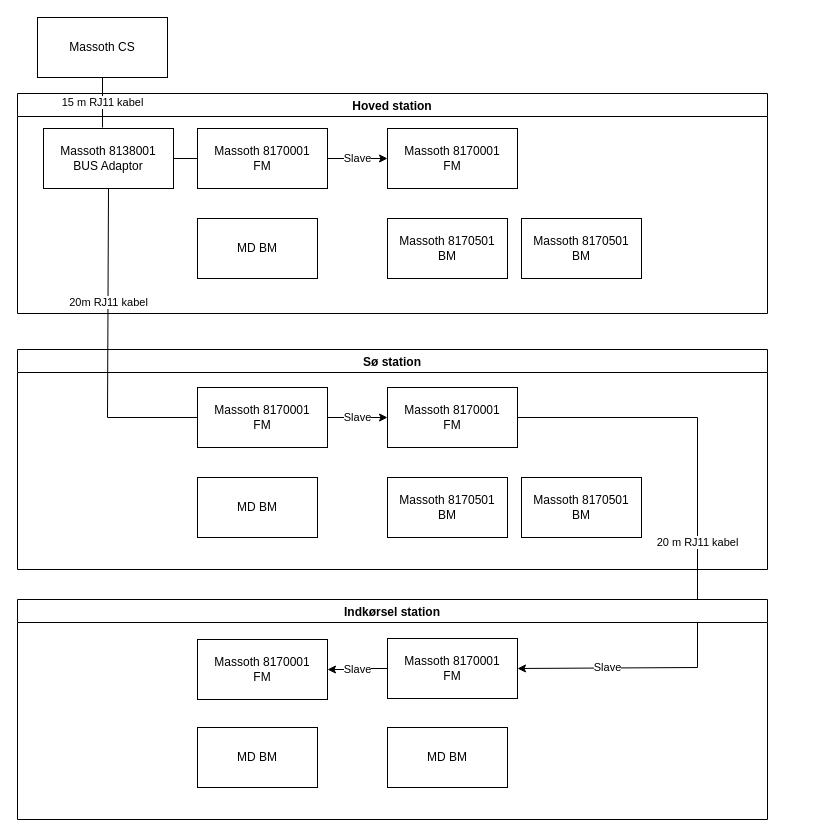
Earlier version of the draw.io diagram massoth_feedback_layout.drawio (MaxWinther/rocrail). Source tidied: cells renumbered, new cells numbered last; positions are measured from the earlier drawing's top-left corner, leaving out a move shared by most shapes. Both pictures are drawn from the tidied source at 100%, with x=0, y=0 at pixel (17, 17).
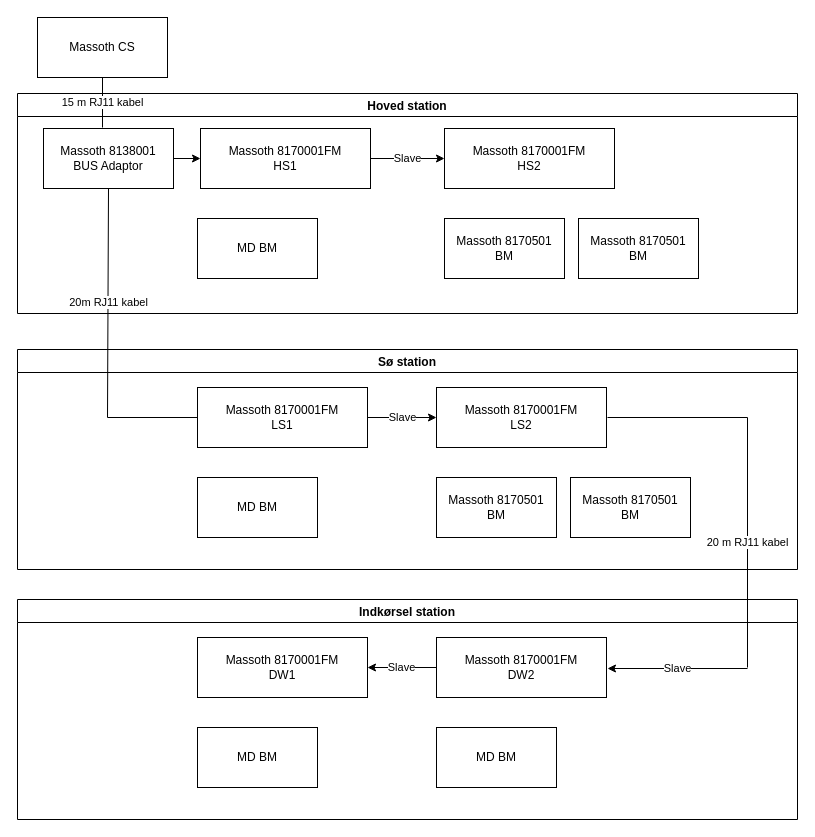
After the change.

Unchanged cells that the change refers to:
```xml
<mxCell id="4" value="Massoth 8138001&lt;br&gt;BUS Adaptor" style="rounded=0;whiteSpace=wrap;html=1;" parent="1" vertex="1">
  <mxGeometry x="26" y="111" width="130" height="60" as="geometry" />
</mxCell>
```

Change to the diagram source:
```diff
@@
-    <mxCell id="2" value="Slave" style="edgeStyle=orthogonalEdgeStyle;rounded=0;jettySize=auto;html=1;exitX=1;exitY=0.5;exitDx=0;exitDy=0;" parent="1" edge="1" source="3" target="9">
-      <mxGeometry relative="1" as="geometry" />
-    </mxCell>
-    <mxCell id="3" value="Massoth 8170001&lt;br&gt;FM" style="rounded=0;whiteSpace=wrap;html=1;" parent="1" vertex="1">
-      <mxGeometry x="180" y="111" width="130" height="60" as="geometry" />
-    </mxCell>
+    <mxCell id="24" value="Indkørsel station" style="swimlane;" parent="1" vertex="1">
+      <mxGeometry y="582" width="780" height="220" as="geometry" />
+    </mxCell>
+    <mxCell id="26" value="MD BM" style="rounded=0;whiteSpace=wrap;html=1;" parent="24" vertex="1">
+      <mxGeometry x="180" y="128" width="120" height="60" as="geometry" />
+    </mxCell>
+    <mxCell id="27" value="MD BM" style="rounded=0;whiteSpace=wrap;html=1;" parent="24" vertex="1">
+      <mxGeometry x="419" y="128" width="120" height="60" as="geometry" />
+    </mxCell>
+    <mxCell id="32" value="Massoth 8170001FM&lt;br&gt;DW2" style="rounded=0;whiteSpace=wrap;html=1;" parent="24" vertex="1">
+      <mxGeometry x="419" y="38" width="170" height="60" as="geometry" />
+    </mxCell>
+    <mxCell id="33" value="Massoth 8170001FM&lt;br&gt;DW1" style="rounded=0;whiteSpace=wrap;html=1;" parent="24" vertex="1">
+      <mxGeometry x="180" y="38" width="170" height="60" as="geometry" />
+    </mxCell>
+    <mxCell id="21" value="Slave" style="edgeStyle=orthogonalEdgeStyle;rounded=0;jettySize=auto;html=1;exitX=0;exitY=0.5;exitDx=0;exitDy=0;entryX=1;entryY=0.5;entryDx=0;entryDy=0;" parent="24" edge="1" source="32" target="33">
+      <mxGeometry relative="1" as="geometry" />
+    </mxCell>
+    <mxCell id="34" style="edgeStyle=orthogonalEdgeStyle;rounded=0;jettySize=auto;html=1;" parent="1" edge="1" source="4" target="35">
+      <mxGeometry relative="1" as="geometry" />
+    </mxCell>
@@
-    <mxCell id="5" style="endArrow=none;html=1;rounded=0;entryX=1;entryY=0.5;entryDx=0;entryDy=0;exitX=0;exitY=0.5;exitDx=0;exitDy=0;" parent="1" edge="1" source="3" target="4">
-      <mxGeometry relative="1" as="geometry" />
+    <mxCell id="5" style="endArrow=none;html=1;rounded=0;entryX=1;entryY=0.5;entryDx=0;entryDy=0;exitX=0;exitY=0.5;exitDx=0;exitDy=0;" parent="1" edge="1" target="4">
+      <mxGeometry relative="1" as="geometry">
+        <mxPoint x="180" y="141" as="sourcePoint" />
+      </mxGeometry>
     </mxCell>
     <mxCell id="6" value="Hoved station" style="swimlane;" parent="1" vertex="1">
-      <mxGeometry y="76" width="750" height="220" as="geometry" />
+      <mxGeometry y="76" width="780" height="220" as="geometry" />
     </mxCell>
@@
-    <mxCell id="9" value="Massoth 8170001&lt;br&gt;FM" style="rounded=0;whiteSpace=wrap;html=1;" parent="6" vertex="1">
-      <mxGeometry x="370" y="35" width="130" height="60" as="geometry" />
+    <mxCell id="9" value="Massoth 8170001FM&lt;br&gt;HS2" style="rounded=0;whiteSpace=wrap;html=1;" parent="6" vertex="1">
+      <mxGeometry x="427" y="35" width="170" height="60" as="geometry" />
     </mxCell>
     <mxCell id="10" value="Massoth 8170501&lt;br&gt;BM" style="rounded=0;whiteSpace=wrap;html=1;" parent="6" vertex="1">
-      <mxGeometry x="370" y="125" width="120" height="60" as="geometry" />
+      <mxGeometry x="427" y="125" width="120" height="60" as="geometry" />
     </mxCell>
     <mxCell id="11" value="Massoth 8170501&lt;br&gt;BM" style="rounded=0;whiteSpace=wrap;html=1;" parent="6" vertex="1">
-      <mxGeometry x="504" y="125" width="120" height="60" as="geometry" />
+      <mxGeometry x="561" y="125" width="120" height="60" as="geometry" />
     </mxCell>
-    <mxCell id="12" value="Slave" style="edgeStyle=orthogonalEdgeStyle;rounded=0;jettySize=auto;html=1;exitX=1;exitY=0.5;exitDx=0;exitDy=0;" parent="1" edge="1" source="13" target="17">
-      <mxGeometry relative="1" as="geometry" />
-    </mxCell>
-    <mxCell id="13" value="Massoth 8170001&lt;br&gt;FM" style="rounded=0;whiteSpace=wrap;html=1;" parent="1" vertex="1">
-      <mxGeometry x="180" y="370" width="130" height="60" as="geometry" />
-    </mxCell>
+    <mxCell id="35" value="Massoth 8170001FM&lt;br&gt;HS1" style="rounded=0;whiteSpace=wrap;html=1;" parent="6" vertex="1">
+      <mxGeometry x="183" y="35" width="170" height="60" as="geometry" />
+    </mxCell>
+    <mxCell id="2" value="Slave" style="edgeStyle=orthogonalEdgeStyle;rounded=0;jettySize=auto;html=1;exitX=1;exitY=0.5;exitDx=0;exitDy=0;" parent="6" edge="1" source="35" target="9">
+      <mxGeometry relative="1" as="geometry" />
+    </mxCell>
-    <mxCell id="14" style="endArrow=none;html=1;rounded=0;exitX=0;exitY=0.5;exitDx=0;exitDy=0;" parent="1" edge="1" source="13">
+    <mxCell id="14" style="endArrow=none;html=1;rounded=0;exitX=0;exitY=0.5;exitDx=0;exitDy=0;" parent="1" edge="1">
       <mxGeometry relative="1" as="geometry">
+        <mxPoint x="180" y="400" as="sourcePoint" />
         <mxPoint x="90" y="400" as="targetPoint" />
       </mxGeometry>
     </mxCell>
     <mxCell id="15" value="Sø station" style="swimlane;" parent="1" vertex="1">
-      <mxGeometry y="332" width="750" height="220" as="geometry" />
+      <mxGeometry y="332" width="780" height="220" as="geometry" />
     </mxCell>
-    <mxCell id="16" value="20 m RJ11 kabel" style="endArrow=none;html=1;rounded=0;" parent="15" edge="1">
-      <mxGeometry relative="1" as="geometry">
-        <mxPoint x="680" y="318" as="sourcePoint" />
-        <mxPoint x="680" y="68" as="targetPoint" />
-      </mxGeometry>
-    </mxCell>
-    <mxCell id="17" value="Massoth 8170001&lt;br&gt;FM" style="rounded=0;whiteSpace=wrap;html=1;" parent="15" vertex="1">
-      <mxGeometry x="370" y="38" width="130" height="60" as="geometry" />
-    </mxCell>
@@
     <mxCell id="19" value="Massoth 8170501&lt;br&gt;BM" style="rounded=0;whiteSpace=wrap;html=1;" parent="15" vertex="1">
-      <mxGeometry x="370" y="128" width="120" height="60" as="geometry" />
+      <mxGeometry x="419" y="128" width="120" height="60" as="geometry" />
     </mxCell>
     <mxCell id="20" value="Massoth 8170501&lt;br&gt;BM" style="rounded=0;whiteSpace=wrap;html=1;" parent="15" vertex="1">
-      <mxGeometry x="504" y="128" width="120" height="60" as="geometry" />
+      <mxGeometry x="553" y="128" width="120" height="60" as="geometry" />
     </mxCell>
-    <mxCell id="21" value="Slave" style="edgeStyle=orthogonalEdgeStyle;rounded=0;jettySize=auto;html=1;exitX=0;exitY=0.5;exitDx=0;exitDy=0;entryX=1;entryY=0.5;entryDx=0;entryDy=0;" parent="1" edge="1" source="25" target="22">
-      <mxGeometry relative="1" as="geometry" />
-    </mxCell>
-    <mxCell id="22" value="Massoth 8170001&lt;br&gt;FM" style="rounded=0;whiteSpace=wrap;html=1;" parent="1" vertex="1">
-      <mxGeometry x="180" y="622" width="130" height="60" as="geometry" />
-    </mxCell>
+    <mxCell id="36" value="Massoth 8170001FM&lt;br&gt;LS2" style="rounded=0;whiteSpace=wrap;html=1;" parent="15" vertex="1">
+      <mxGeometry x="419" y="38" width="170" height="60" as="geometry" />
+    </mxCell>
+    <mxCell id="37" value="Massoth 8170001FM&lt;br&gt;LS1" style="rounded=0;whiteSpace=wrap;html=1;" parent="15" vertex="1">
+      <mxGeometry x="180" y="38" width="170" height="60" as="geometry" />
+    </mxCell>
+    <mxCell id="12" value="Slave" style="edgeStyle=orthogonalEdgeStyle;rounded=0;jettySize=auto;html=1;exitX=1;exitY=0.5;exitDx=0;exitDy=0;entryX=0;entryY=0.5;entryDx=0;entryDy=0;" parent="15" edge="1" source="37" target="36">
+      <mxGeometry relative="1" as="geometry" />
+    </mxCell>
+    <mxCell id="16" value="20 m RJ11 kabel" style="endArrow=none;html=1;rounded=0;" parent="15" edge="1">
+      <mxGeometry relative="1" as="geometry">
+        <mxPoint x="730" y="318" as="sourcePoint" />
+        <mxPoint x="730" y="68" as="targetPoint" />
+      </mxGeometry>
+    </mxCell>
-    <mxCell id="23" style="endArrow=none;html=1;rounded=0;exitX=1;exitY=0.5;exitDx=0;exitDy=0;" parent="1" edge="1" source="17">
+    <mxCell id="23" style="endArrow=none;html=1;rounded=0;" parent="1" edge="1">
       <mxGeometry relative="1" as="geometry">
-        <mxPoint x="680" y="400" as="targetPoint" />
+        <mxPoint x="590" y="400" as="sourcePoint" />
+        <mxPoint x="730" y="400" as="targetPoint" />
       </mxGeometry>
     </mxCell>
-    <mxCell id="24" value="Indkørsel station" style="swimlane;" parent="1" vertex="1">
-      <mxGeometry y="582" width="750" height="220" as="geometry" />
-    </mxCell>
-    <mxCell id="25" value="Massoth 8170001&lt;br&gt;FM" style="rounded=0;whiteSpace=wrap;html=1;" parent="24" vertex="1">
-      <mxGeometry x="370" y="39" width="130" height="60" as="geometry" />
-    </mxCell>
-    <mxCell id="26" value="MD BM" style="rounded=0;whiteSpace=wrap;html=1;" parent="24" vertex="1">
-      <mxGeometry x="180" y="128" width="120" height="60" as="geometry" />
-    </mxCell>
-    <mxCell id="27" value="MD BM" style="rounded=0;whiteSpace=wrap;html=1;" parent="24" vertex="1">
-      <mxGeometry x="370" y="128" width="120" height="60" as="geometry" />
-    </mxCell>
@@
-    <mxCell id="31" value="Slave" style="endArrow=classic;html=1;rounded=0;entryX=1;entryY=0.5;entryDx=0;entryDy=0;" parent="1" edge="1" target="25">
+    <mxCell id="31" value="Slave" style="endArrow=classic;html=1;rounded=0;" parent="1" edge="1">
       <mxGeometry relative="1" as="geometry">
-        <mxPoint x="680" y="650" as="sourcePoint" />
+        <mxPoint x="730" y="651" as="sourcePoint" />
+        <mxPoint x="590" y="651" as="targetPoint" />
       </mxGeometry>
     </mxCell>
```
